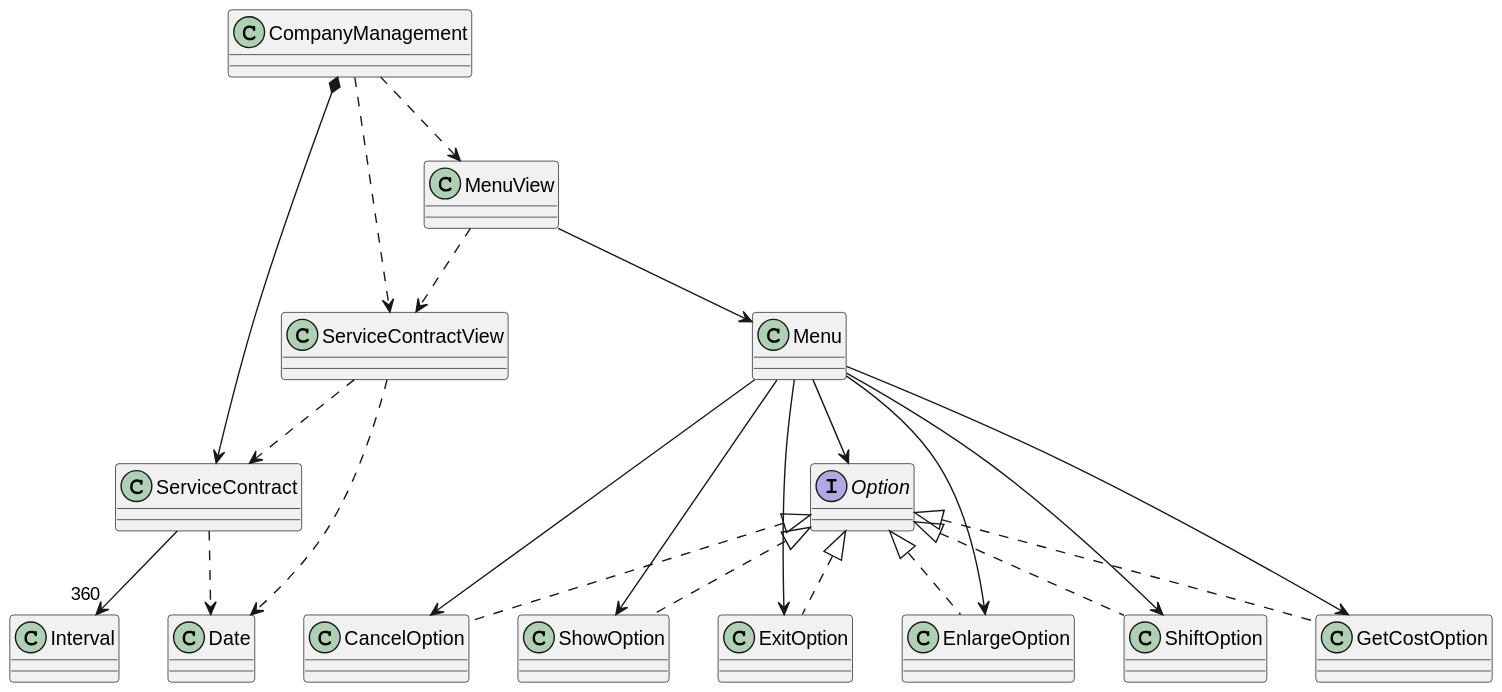
The PlantUML diagram tech-java-basadoObjetos/src/es/usantatecla/companyManagement/UML/ModeloClases.svg in USantaTecla-ed-mpds/lab-turing, before a commit.
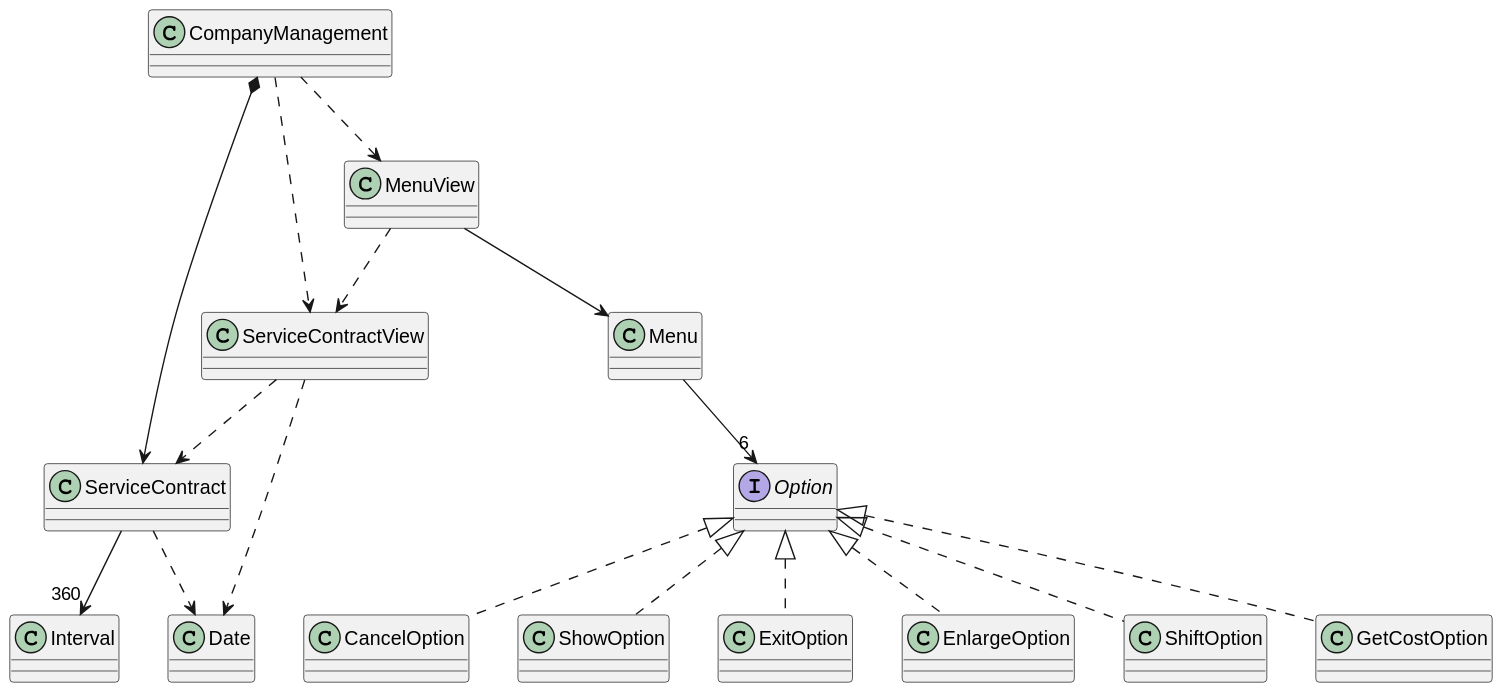
After the change.

Commit message:
simplify UML

The edit, as a diff of the source:
```diff
@@ -29,13 +29,8 @@
 MenuView --> Menu
 MenuView ..> ServiceContractView
 
-Menu --> Option
-Menu --> CancelOption
-Menu --> EnlargeOption
-Menu --> ExitOption
-Menu --> GetCostOption
-Menu --> ShiftOption
-Menu --> ShowOption
+Menu -->"6" Option
+
 
 Option <|.. CancelOption
 Option <|.. EnlargeOption
```
